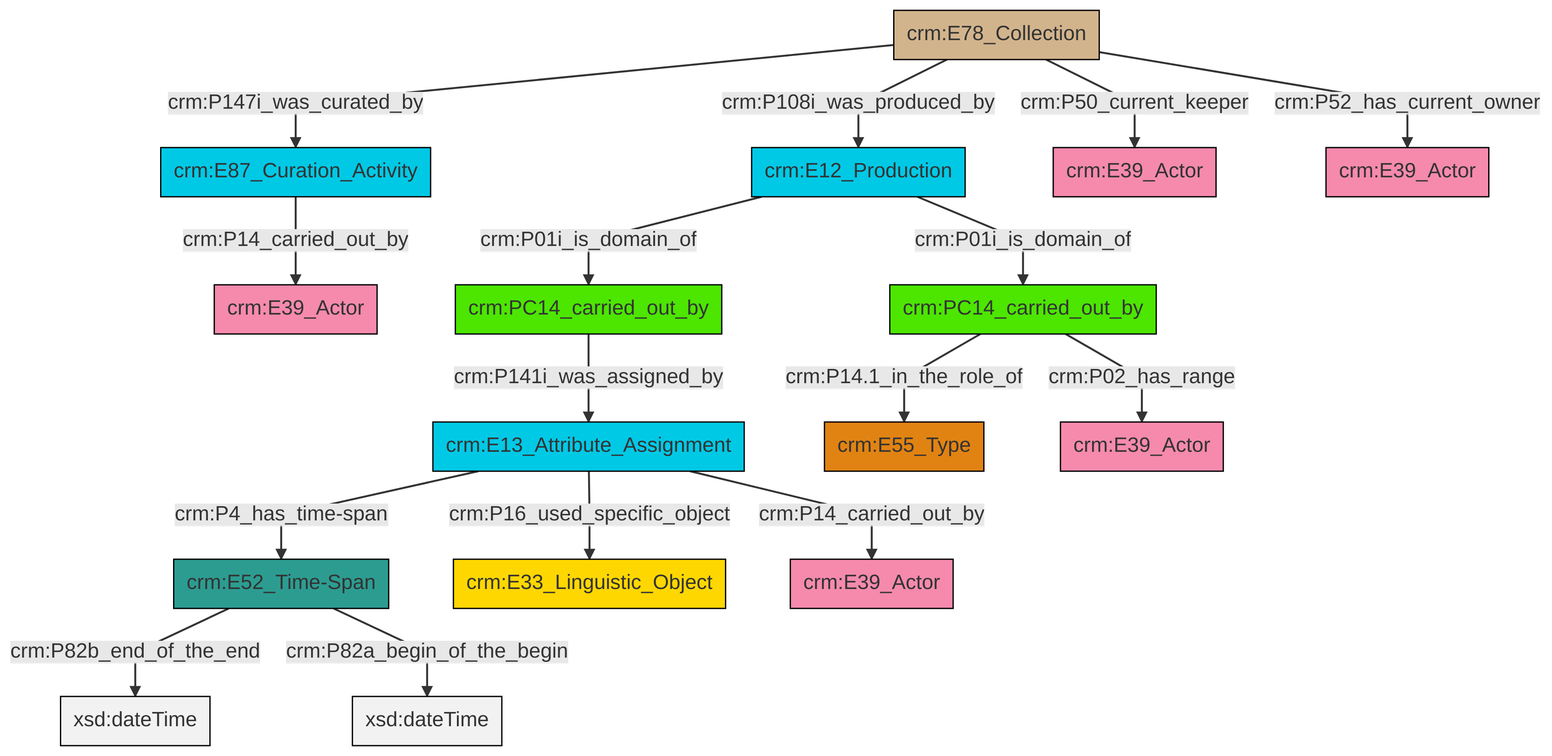
Earlier version of the Mermaid export et/archivalCSV/ttl/mmd/png/archival_relation.png (swiss-art-research-net/docs.swissartresearch). Its source is kept beside it as et/archivalCSV/ttl/mmd/archival_relation.ttl.mmd.
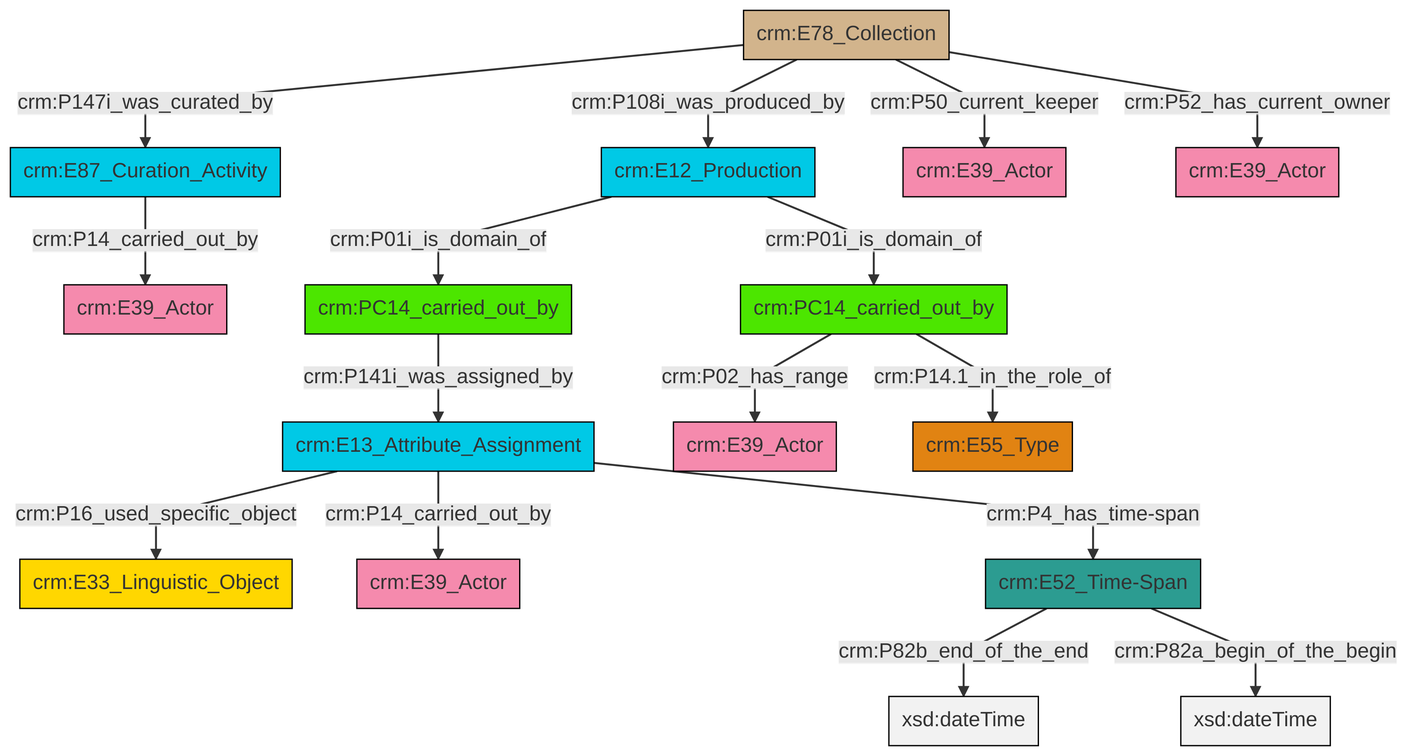
Later version of the same file.

What changed in the source:
```diff
@@ -13,18 +13,18 @@
 classDef PC_Classes fill:#4ce600, stroke:#000000;
 classDef Multi fill:#cccccc,stroke:#000000;
 
-2["crm:E13_Attribute_Assignment"]:::Temporal_Entity -->|crm:P16_used_specific_object| 3["crm:E33_Linguistic_Object"]:::Conceptual_Object
-2["crm:E13_Attribute_Assignment"]:::Temporal_Entity -->|crm:P14_carried_out_by| 4["crm:E39_Actor"]:::Actor
-9["crm:E87_Curation_Activity"]:::Temporal_Entity -->|crm:P14_carried_out_by| 7["crm:E39_Actor"]:::Actor
-10["crm:E12_Production"]:::Temporal_Entity -->|crm:P01i_is_domain_of| 11["crm:PC14_carried_out_by"]:::PC_Classes
-5["crm:E78_Collection"]:::Physical_Thing -->|crm:P50_current_keeper| 14["crm:E39_Actor"]:::Actor
-5["crm:E78_Collection"]:::Physical_Thing -->|crm:P52_has_current_owner| 16["crm:E39_Actor"]:::Actor
-0["crm:E52_Time-Span"]:::Time-Span -->|crm:P82b_end_of_the_end| 18[xsd:dateTime]:::Literal
-10["crm:E12_Production"]:::Temporal_Entity -->|crm:P01i_is_domain_of| 12["crm:PC14_carried_out_by"]:::PC_Classes
-2["crm:E13_Attribute_Assignment"]:::Temporal_Entity -->|crm:P4_has_time-span| 0["crm:E52_Time-Span"]:::Time-Span
-12["crm:PC14_carried_out_by"]:::PC_Classes -->|crm:P141i_was_assigned_by| 2["crm:E13_Attribute_Assignment"]:::Temporal_Entity
-11["crm:PC14_carried_out_by"]:::PC_Classes -->|crm:P14.1_in_the_role_of| 21["crm:E55_Type"]:::Type
-5["crm:E78_Collection"]:::Physical_Thing -->|crm:P147i_was_curated_by| 9["crm:E87_Curation_Activity"]:::Temporal_Entity
-0["crm:E52_Time-Span"]:::Time-Span -->|crm:P82a_begin_of_the_begin| 23[xsd:dateTime]:::Literal
-5["crm:E78_Collection"]:::Physical_Thing -->|crm:P108i_was_produced_by| 10["crm:E12_Production"]:::Temporal_Entity
-11["crm:PC14_carried_out_by"]:::PC_Classes -->|crm:P02_has_range| 28["crm:E39_Actor"]:::Actor
+0["crm:E78_Collection"]:::Physical_Thing -->|crm:P108i_was_produced_by| 1["crm:E12_Production"]:::Temporal_Entity
+2["crm:E87_Curation_Activity"]:::Temporal_Entity -->|crm:P14_carried_out_by| 3["crm:E39_Actor"]:::Actor
+8["crm:E13_Attribute_Assignment"]:::Temporal_Entity -->|crm:P14_carried_out_by| 9["crm:E39_Actor"]:::Actor
+12["crm:PC14_carried_out_by"]:::PC_Classes -->|crm:P02_has_range| 13["crm:E39_Actor"]:::Actor
+8["crm:E13_Attribute_Assignment"]:::Temporal_Entity -->|crm:P4_has_time-span| 14["crm:E52_Time-Span"]:::Time-Span
+4["crm:PC14_carried_out_by"]:::PC_Classes -->|crm:P141i_was_assigned_by| 8["crm:E13_Attribute_Assignment"]:::Temporal_Entity
+14["crm:E52_Time-Span"]:::Time-Span -->|crm:P82b_end_of_the_end| 19[xsd:dateTime]:::Literal
+12["crm:PC14_carried_out_by"]:::PC_Classes -->|crm:P14.1_in_the_role_of| 21["crm:E55_Type"]:::Type
+0["crm:E78_Collection"]:::Physical_Thing -->|crm:P50_current_keeper| 16["crm:E39_Actor"]:::Actor
+0["crm:E78_Collection"]:::Physical_Thing -->|crm:P52_has_current_owner| 22["crm:E39_Actor"]:::Actor
+1["crm:E12_Production"]:::Temporal_Entity -->|crm:P01i_is_domain_of| 12["crm:PC14_carried_out_by"]:::PC_Classes
+1["crm:E12_Production"]:::Temporal_Entity -->|crm:P01i_is_domain_of| 4["crm:PC14_carried_out_by"]:::PC_Classes
+8["crm:E13_Attribute_Assignment"]:::Temporal_Entity -->|crm:P16_used_specific_object| 6["crm:E33_Linguistic_Object"]:::Conceptual_Object
+14["crm:E52_Time-Span"]:::Time-Span -->|crm:P82a_begin_of_the_begin| 27[xsd:dateTime]:::Literal
+0["crm:E78_Collection"]:::Physical_Thing -->|crm:P147i_was_curated_by| 2["crm:E87_Curation_Activity"]:::Temporal_Entity
```
